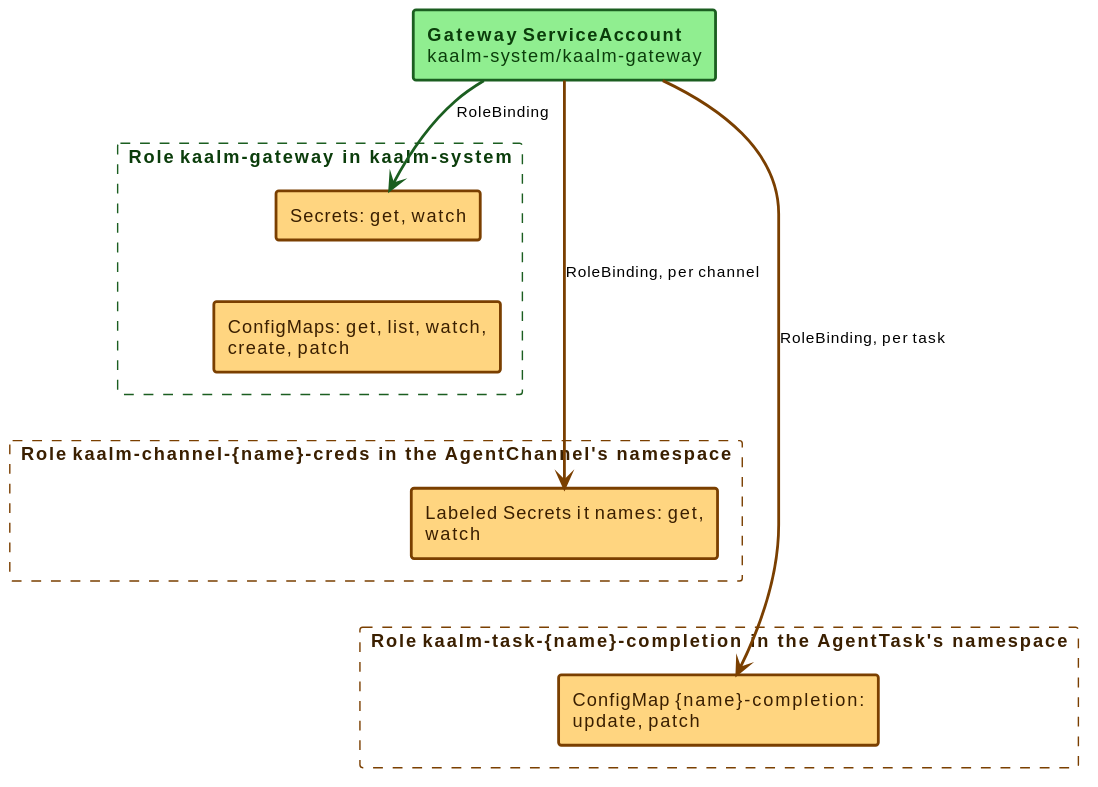
The PlantUML diagram docs/src/diagrams/gateway-rbac-namespaced.svg in win07xp/kaalm, before a commit.
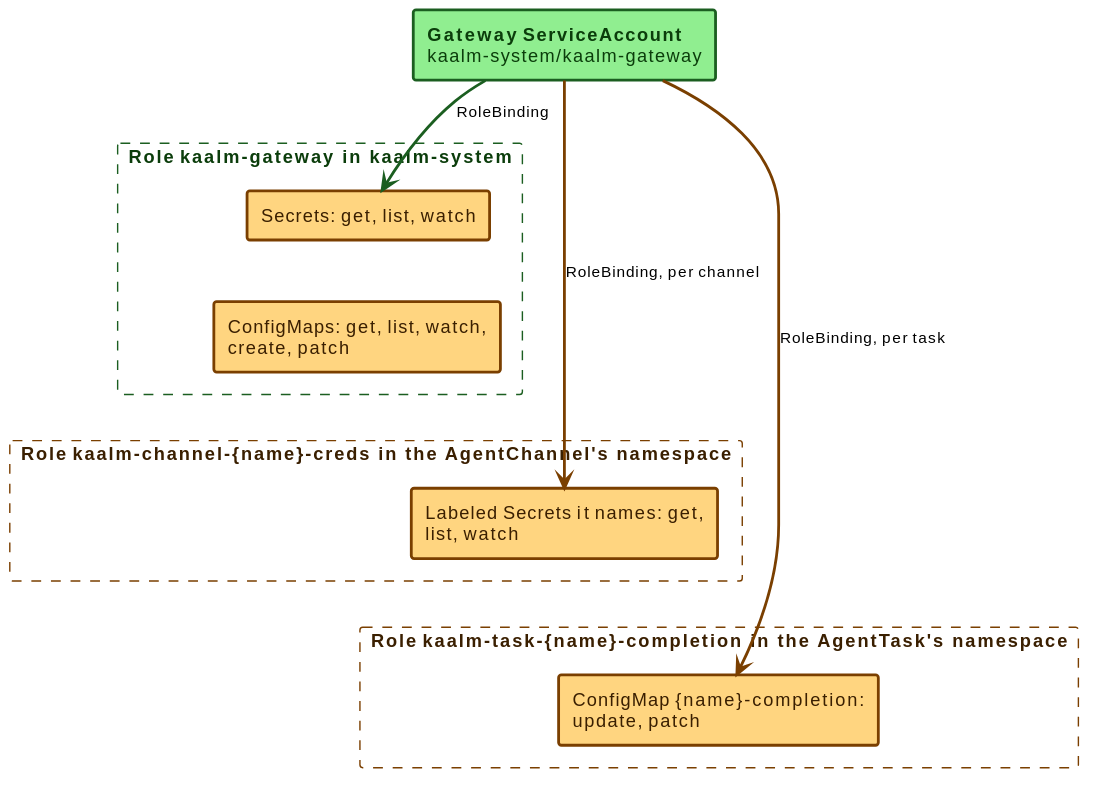
After the change.

Diff of the diagram source:
```diff
@@ -7,11 +7,11 @@
 }
 rectangle "**Gateway ServiceAccount** kaalm-system/kaalm-gateway" as GWSA #back:90EE90;line:1B5E20;line.bold;text:0b3d0b
 rectangle "**Role** kaalm-gateway in kaalm-system" as nssys #line:1B5E20;line.dashed;text:0b3d0b {
-  rectangle "Secrets: get, watch" as secs #back:FFD580;line:7a3f00;line.bold;text:3a1f00
+  rectangle "Secrets: get, list, watch" as secs #back:FFD580;line:7a3f00;line.bold;text:3a1f00
   rectangle "ConfigMaps: get, list, watch, create, patch" as cms #back:FFD580;line:7a3f00;line.bold;text:3a1f00
 }
 rectangle "**Role** kaalm-channel-{name}-creds in the AgentChannel's namespace" as nsch #line:7a3f00;line.dashed;text:3a1f00 {
-  rectangle "Labeled Secrets it names: get, watch" as chsec #back:FFD580;line:7a3f00;line.bold;text:3a1f00
+  rectangle "Labeled Secrets it names: get, list, watch" as chsec #back:FFD580;line:7a3f00;line.bold;text:3a1f00
 }
 rectangle "**Role** kaalm-task-{name}-completion in the AgentTask's namespace" as nstask #line:7a3f00;line.dashed;text:3a1f00 {
   rectangle "ConfigMap {name}-completion: update, patch" as compcm #back:FFD580;line:7a3f00;line.bold;text:3a1f00
```
